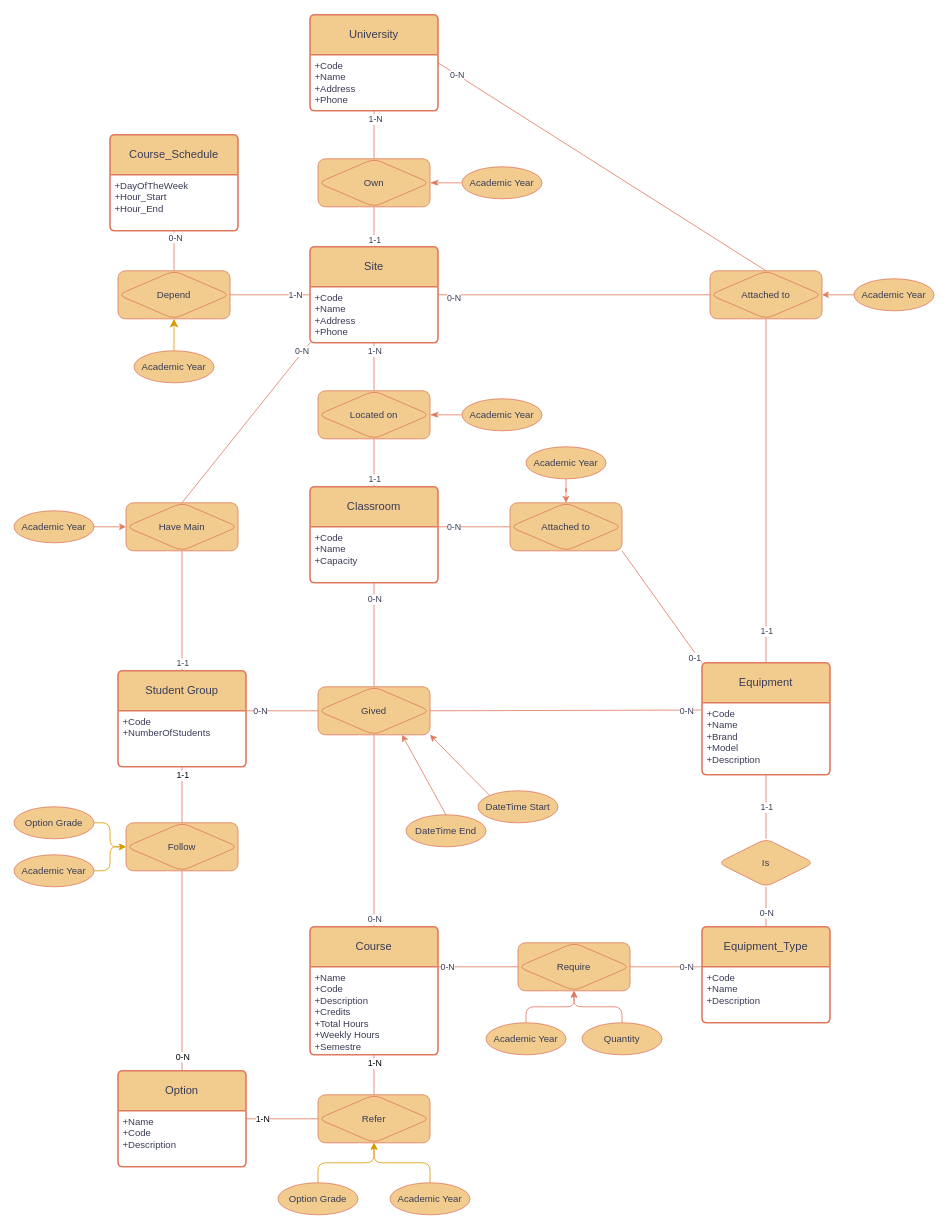
Earlier version of the draw.io diagram EA_Diagram.drawio (fratjo/Calempus360). Source tidied: cells renumbered, new cells numbered last; positions are measured from the earlier drawing's top-left corner, leaving out a move shared by most shapes. Both pictures are drawn from the tidied source at 80%, with x=0, y=0 at pixel (14, 14).
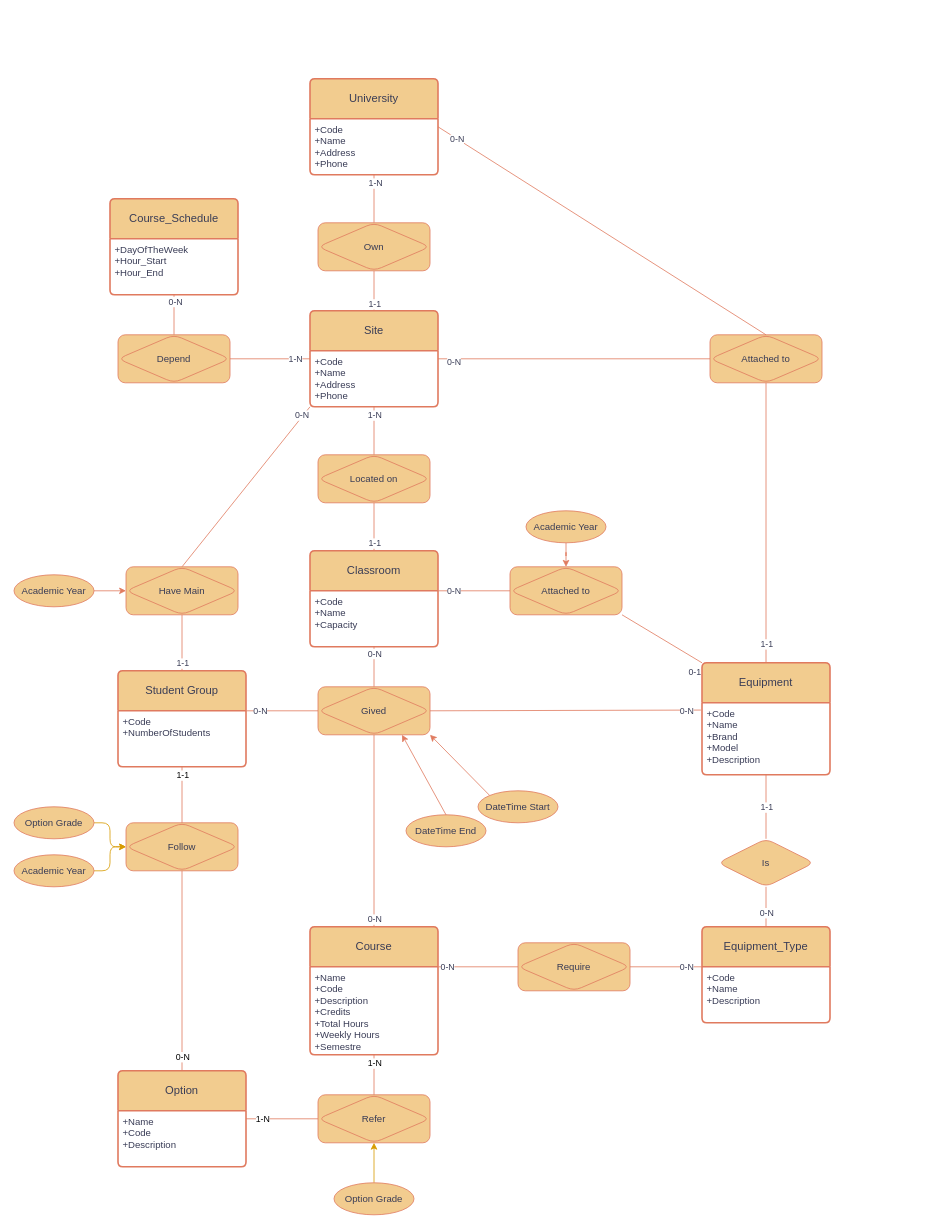
After the change.

Commit message:
Mettre à jour EA_Diagram.drawio

The change refers to these unchanged cells:
```xml
<mxCell id="36" style="endArrow=none;html=1;rounded=0;strokeColor=#E07A5F;fontColor=#393C56;fillColor=#F2CC8F;entryX=0.5;entryY=0;entryDx=0;entryDy=0;exitX=0.5;exitY=1;exitDx=0;exitDy=0;" parent="1" edge="1" source="38" target="8">
  <mxGeometry relative="1" as="geometry" />
</mxCell>
<mxCell id="54" value="Require" style="shape=associativeEntity;whiteSpace=wrap;html=1;align=center;rounded=1;strokeColor=#E07A5F;fontColor=#393C56;fillColor=#F2CC8F;" parent="1" vertex="1">
  <mxGeometry x="630" y="1160" width="140" height="60" as="geometry" />
</mxCell>
<mxCell id="73" value="Refer" style="shape=associativeEntity;whiteSpace=wrap;html=1;align=center;rounded=1;strokeColor=#E07A5F;fontColor=#393C56;fillColor=#F2CC8F;" parent="1" vertex="1">
  <mxGeometry x="380" y="1350" width="140" height="60" as="geometry" />
</mxCell>
```

Change to the diagram source:
```diff
@@
     <mxCell id="2" value="University" style="swimlane;horizontal=1;startSize=50;rounded=1;fontSize=14;fontStyle=0;strokeWidth=2;shadow=0;dashed=0;align=center;arcSize=4;whiteSpace=wrap;html=1;labelBackgroundColor=none;fillColor=#F2CC8F;strokeColor=#E07A5F;fontColor=#393C56;" parent="1" vertex="1">
-      <mxGeometry x="370" width="160" height="120" as="geometry" />
+      <mxGeometry x="370" y="80" width="160" height="120" as="geometry" />
     </mxCell>
@@
     <mxCell id="4" value="Site" style="swimlane;horizontal=1;startSize=50;rounded=1;fontSize=14;fontStyle=0;strokeWidth=2;shadow=0;dashed=0;align=center;arcSize=4;whiteSpace=wrap;html=1;labelBackgroundColor=none;fillColor=#F2CC8F;strokeColor=#E07A5F;fontColor=#393C56;" parent="1" vertex="1">
-      <mxGeometry x="370" y="290" width="160" height="120" as="geometry" />
+      <mxGeometry x="370" y="370" width="160" height="120" as="geometry" />
     </mxCell>
@@
     <mxCell id="6" value="Classroom" style="swimlane;horizontal=1;startSize=50;rounded=1;fontSize=14;fontStyle=0;strokeWidth=2;shadow=0;dashed=0;align=center;arcSize=4;whiteSpace=wrap;html=1;labelBackgroundColor=none;fillColor=#F2CC8F;strokeColor=#E07A5F;fontColor=#393C56;" parent="1" vertex="1">
-      <mxGeometry x="370" y="590" width="160" height="120" as="geometry" />
+      <mxGeometry x="370" y="670" width="160" height="120" as="geometry" />
     </mxCell>
@@
     <mxCell id="26" value="Course_Schedule" style="swimlane;horizontal=1;startSize=50;rounded=1;fontSize=14;fontStyle=0;strokeWidth=2;shadow=0;dashed=0;align=center;arcSize=4;whiteSpace=wrap;html=1;labelBackgroundColor=none;fillColor=#F2CC8F;strokeColor=#E07A5F;fontColor=#393C56;" parent="1" vertex="1">
-      <mxGeometry x="120" y="150" width="160" height="120" as="geometry" />
+      <mxGeometry x="120" y="230" width="160" height="120" as="geometry" />
     </mxCell>
@@
     <mxCell id="37" value="1-1" style="edgeLabel;html=1;align=center;verticalAlign=middle;fontColor=#393C56;" parent="36" vertex="1">
       <mxGeometry x="0.57" relative="1" as="geometry">
-        <mxPoint y="22" as="offset" />
+        <mxPoint y="5" as="offset" />
       </mxGeometry>
     </mxCell>
     <mxCell id="38" value="Have Main" style="shape=associativeEntity;whiteSpace=wrap;html=1;align=center;rounded=1;strokeColor=#E07A5F;fontColor=#393C56;fillColor=#F2CC8F;" parent="1" vertex="1">
-      <mxGeometry x="140" y="610" width="140" height="60" as="geometry" />
+      <mxGeometry x="140" y="690" width="140" height="60" as="geometry" />
     </mxCell>
     <mxCell id="39" value="Attached to" style="shape=associativeEntity;whiteSpace=wrap;html=1;align=center;rounded=1;strokeColor=#E07A5F;fontColor=#393C56;fillColor=#F2CC8F;" parent="1" vertex="1">
-      <mxGeometry x="620" y="610" width="140" height="60" as="geometry" />
+      <mxGeometry x="620" y="690" width="140" height="60" as="geometry" />
     </mxCell>
@@
     <mxCell id="41" value="Academic Year" style="ellipse;whiteSpace=wrap;html=1;align=center;rounded=1;strokeColor=#E07A5F;fontColor=#393C56;fillColor=#F2CC8F;" parent="1" vertex="1">
-      <mxGeometry y="620" width="100" height="40" as="geometry" />
+      <mxGeometry y="700" width="100" height="40" as="geometry" />
     </mxCell>
@@
     <mxCell id="43" value="Academic Year" style="ellipse;whiteSpace=wrap;html=1;align=center;rounded=1;strokeColor=#E07A5F;fontColor=#393C56;fillColor=#F2CC8F;" parent="1" vertex="1">
-      <mxGeometry x="640" y="540" width="100" height="40" as="geometry" />
+      <mxGeometry x="640" y="620" width="100" height="40" as="geometry" />
     </mxCell>
@@
-    <mxCell id="52" style="edgeStyle=none;curved=1;rounded=0;jettySize=auto;html=1;fontSize=12;startSize=8;endSize=8;fillColor=#ffe6cc;strokeColor=#d79b00;" parent="1" edge="1" source="53" target="98">
-      <mxGeometry relative="1" as="geometry" />
-    </mxCell>
-    <mxCell id="53" value="Academic Year" style="ellipse;whiteSpace=wrap;html=1;align=center;rounded=1;strokeColor=#E07A5F;fontColor=#393C56;fillColor=#F2CC8F;" parent="1" vertex="1">
-      <mxGeometry x="150" y="420" width="100" height="40" as="geometry" />
-    </mxCell>
@@
-    <mxCell id="55" style="edgeStyle=orthogonalEdgeStyle;rounded=1;jettySize=auto;html=1;strokeColor=#E07A5F;fontColor=#393C56;fillColor=#F2CC8F;" parent="1" edge="1" source="56" target="54">
-      <mxGeometry relative="1" as="geometry" />
-    </mxCell>
-    <mxCell id="56" value="Academic Year" style="ellipse;whiteSpace=wrap;html=1;align=center;rounded=1;strokeColor=#E07A5F;fontColor=#393C56;fillColor=#F2CC8F;" parent="1" vertex="1">
-      <mxGeometry x="590" y="1260" width="100" height="40" as="geometry" />
-    </mxCell>
@@
     <mxCell id="61" style="endArrow=none;html=1;rounded=0;strokeColor=#E07A5F;fontColor=#393C56;fillColor=#F2CC8F;entryX=0;entryY=0.5;entryDx=0;entryDy=0;" parent="1" edge="1" target="65">
       <mxGeometry relative="1" as="geometry">
-        <mxPoint x="530" y="350" as="sourcePoint" />
+        <mxPoint x="530" y="430" as="sourcePoint" />
       </mxGeometry>
     </mxCell>
@@
     <mxCell id="65" value="Attached to" style="shape=associativeEntity;whiteSpace=wrap;html=1;align=center;rounded=1;strokeColor=#E07A5F;fontColor=#393C56;fillColor=#F2CC8F;" parent="1" vertex="1">
-      <mxGeometry x="870" y="320" width="140" height="60" as="geometry" />
+      <mxGeometry x="870" y="400" width="140" height="60" as="geometry" />
     </mxCell>
-    <mxCell id="66" style="edgeStyle=orthogonalEdgeStyle;rounded=1;jettySize=auto;html=1;strokeColor=#E07A5F;fontColor=#393C56;fillColor=#F2CC8F;" parent="1" edge="1" source="67" target="65">
-      <mxGeometry relative="1" as="geometry" />
-    </mxCell>
-    <mxCell id="67" value="Academic Year" style="ellipse;whiteSpace=wrap;html=1;align=center;rounded=1;strokeColor=#E07A5F;fontColor=#393C56;fillColor=#F2CC8F;" parent="1" vertex="1">
-      <mxGeometry x="1050" y="330" width="100" height="40" as="geometry" />
-    </mxCell>
@@
     <mxCell id="85" value="Option Grade" style="ellipse;whiteSpace=wrap;html=1;align=center;rounded=1;strokeColor=#E07A5F;fontColor=#393C56;fillColor=#F2CC8F;" parent="1" vertex="1">
-      <mxGeometry x="330" y="1460" width="100" height="40" as="geometry" />
+      <mxGeometry x="400" y="1460" width="100" height="40" as="geometry" />
     </mxCell>
@@
-    <mxCell id="89" style="edgeStyle=orthogonalEdgeStyle;rounded=1;jettySize=auto;html=1;fillColor=#ffe6cc;strokeColor=#d79b00;curved=0;" parent="1" edge="1" source="90" target="73">
-      <mxGeometry relative="1" as="geometry" />
-    </mxCell>
-    <mxCell id="90" value="Academic Year" style="ellipse;whiteSpace=wrap;html=1;align=center;rounded=1;strokeColor=#E07A5F;fontColor=#393C56;fillColor=#F2CC8F;" parent="1" vertex="1">
-      <mxGeometry x="470" y="1460" width="100" height="40" as="geometry" />
-    </mxCell>
@@
     <mxCell id="98" value="Depend" style="shape=associativeEntity;whiteSpace=wrap;html=1;align=center;rounded=1;strokeColor=#E07A5F;fontColor=#393C56;fillColor=#F2CC8F;" parent="1" vertex="1">
-      <mxGeometry x="130" y="320" width="140" height="60" as="geometry" />
+      <mxGeometry x="130" y="400" width="140" height="60" as="geometry" />
     </mxCell>
-    <mxCell id="99" value="Quantity" style="ellipse;whiteSpace=wrap;html=1;align=center;rounded=1;strokeColor=#E07A5F;fontColor=#393C56;fillColor=#F2CC8F;" parent="1" vertex="1">
-      <mxGeometry x="710" y="1260" width="100" height="40" as="geometry" />
-    </mxCell>
-    <mxCell id="100" style="edgeStyle=orthogonalEdgeStyle;rounded=1;jettySize=auto;html=1;strokeColor=#E07A5F;fontColor=#393C56;fillColor=#F2CC8F;exitX=0.5;exitY=0;exitDx=0;exitDy=0;entryX=0.5;entryY=1;entryDx=0;entryDy=0;" parent="1" edge="1" source="99" target="54">
-      <mxGeometry relative="1" as="geometry" />
-    </mxCell>
@@
     <mxCell id="103" value="Own" style="shape=associativeEntity;whiteSpace=wrap;html=1;align=center;rounded=1;strokeColor=#E07A5F;fontColor=#393C56;fillColor=#F2CC8F;" parent="1" vertex="1">
-      <mxGeometry x="380" y="180" width="140" height="60" as="geometry" />
+      <mxGeometry x="380" y="260" width="140" height="60" as="geometry" />
     </mxCell>
     <mxCell id="104" value="Located on" style="shape=associativeEntity;whiteSpace=wrap;html=1;align=center;rounded=1;strokeColor=#E07A5F;fontColor=#393C56;fillColor=#F2CC8F;" parent="1" vertex="1">
-      <mxGeometry x="380" y="470" width="140" height="60" as="geometry" />
+      <mxGeometry x="380" y="550" width="140" height="60" as="geometry" />
     </mxCell>
-    <mxCell id="105" style="edgeStyle=none;curved=1;rounded=0;jettySize=auto;html=1;fontSize=12;startSize=8;endSize=8;endArrow=classicThin;endFill=1;strokeColor=light-dark(#e07a5f, #7e3f03);" parent="1" edge="1" source="106" target="104">
-      <mxGeometry relative="1" as="geometry" />
-    </mxCell>
-    <mxCell id="106" value="Academic Year" style="ellipse;whiteSpace=wrap;html=1;align=center;rounded=1;strokeColor=#E07A5F;fontColor=#393C56;fillColor=#F2CC8F;" parent="1" vertex="1">
-      <mxGeometry x="560" y="480" width="100" height="40" as="geometry" />
-    </mxCell>
-    <mxCell id="107" style="edgeStyle=none;curved=1;rounded=0;jettySize=auto;html=1;fontSize=12;startSize=8;endSize=8;strokeColor=light-dark(#e07a5f, #ededed);endArrow=classicThin;endFill=1;" parent="1" edge="1" source="108" target="103">
-      <mxGeometry relative="1" as="geometry" />
-    </mxCell>
-    <mxCell id="108" value="Academic Year" style="ellipse;whiteSpace=wrap;html=1;align=center;rounded=1;strokeColor=#E07A5F;fontColor=#393C56;fillColor=#F2CC8F;" parent="1" vertex="1">
-      <mxGeometry x="560" y="190" width="100" height="40" as="geometry" />
-    </mxCell>
```
